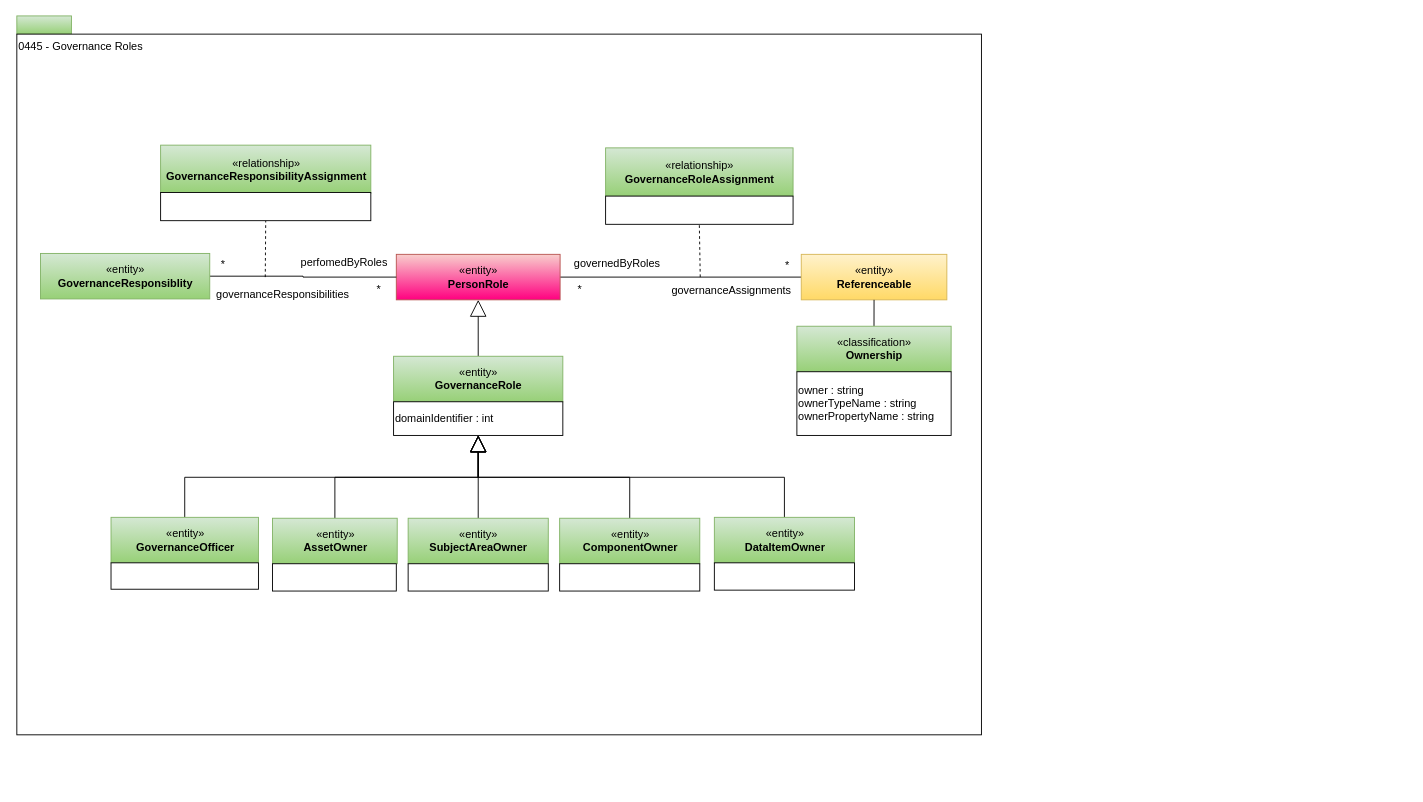
Earlier version of the draw.io diagram page "0445-Governance-Roles" (17 of 28) of open-metadata-publication/website/open-metadata-types/area-4-governance.drawio (odpi/egeria). Source tidied: cells renumbered, new cells numbered last; positions are measured from the earlier drawing's top-left corner, leaving out a move shared by most shapes. Both pictures are drawn from the tidied source at 91%, with x=0, y=0 at pixel (16, 15).
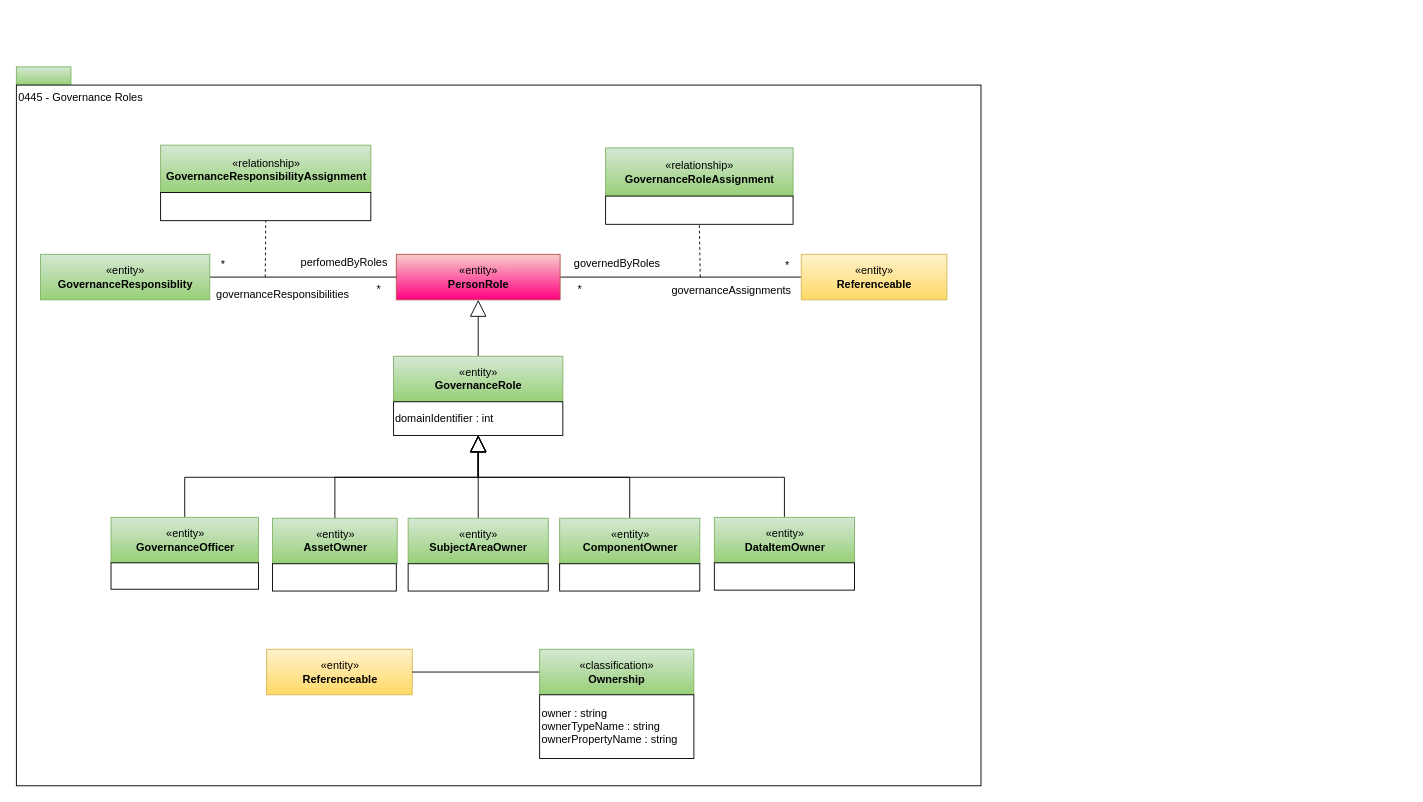
The same diagram, later.

The change refers to these unchanged cells:
```xml
<mxCell id="5" value="«entity»&lt;br&gt;&lt;b&gt;Referenceable&lt;/b&gt;" style="html=1;strokeColor=#d6b656;align=center;fillColor=#fff2cc;gradientColor=#ffd966;" parent="1" vertex="1">
  <mxGeometry x="862" y="262" width="160" height="50" as="geometry" />
</mxCell>
```

Diff of the diagram source:
```diff
@@
     <mxCell id="2" style="rounded=0;whiteSpace=wrap;html=1;align=left;fillColor=#d5e8d4;strokeColor=#82b366;gradientColor=#97d077;" parent="1" vertex="1">
-      <mxGeometry width="60" height="20" as="geometry" />
+      <mxGeometry x="-0.5" y="56" width="60" height="20" as="geometry" />
     </mxCell>
     <mxCell id="3" value="0445 - Governance Roles" style="rounded=0;whiteSpace=wrap;html=1;align=left;verticalAlign=top;" parent="1" vertex="1">
-      <mxGeometry y="20" width="1060" height="770" as="geometry" />
+      <mxGeometry x="-0.5" y="76" width="1060" height="770" as="geometry" />
     </mxCell>
@@
-    <mxCell id="24" style="edgeStyle=orthogonalEdgeStyle;rounded=0;jettySize=auto;html=1;endArrow=none;endFill=0;entryX=0.5;entryY=1;entryDx=0;entryDy=0;exitX=0.5;exitY=0;exitDx=0;exitDy=0;" parent="1" edge="1" source="25" target="5">
-      <mxGeometry relative="1" as="geometry" />
-    </mxCell>
-    <mxCell id="25" value="«classification»&lt;br&gt;&lt;b&gt;Ownership&lt;/b&gt;" style="html=1;strokeColor=#82b366;align=center;fillColor=#d5e8d4;gradientColor=#97d077;" parent="1" vertex="1">
-      <mxGeometry x="857.2" y="341" width="169.5" height="50" as="geometry" />
-    </mxCell>
-    <mxCell id="26" value="owner : string&lt;br&gt;ownerTypeName : string&lt;br&gt;ownerPropertyName : string&lt;br&gt;&lt;div style=&quot;text-align: left&quot;&gt;&lt;/div&gt;" style="rounded=0;whiteSpace=wrap;html=1;strokeColor=#000000;gradientColor=#ffffff;align=left;" parent="1" vertex="1">
-      <mxGeometry x="857.2" y="391" width="169.5" height="70" as="geometry" />
-    </mxCell>
     <mxCell id="27" style="edgeStyle=orthogonalEdgeStyle;rounded=0;orthogonalLoop=1;jettySize=auto;html=1;exitX=0.5;exitY=1;exitDx=0;exitDy=0;" parent="1" edge="1">
       <mxGeometry relative="1" as="geometry">
-        <mxPoint x="1519.5" y="468" as="sourcePoint" />
-        <mxPoint x="1519.5" y="468" as="targetPoint" />
+        <mxPoint x="1519" y="524" as="sourcePoint" />
+        <mxPoint x="1519" y="524" as="targetPoint" />
       </mxGeometry>
     </mxCell>
@@
     <mxCell id="45" value="«entity»&lt;br&gt;&lt;b&gt;GovernanceResponsiblity&lt;/b&gt;" style="html=1;strokeColor=#82b366;align=center;fillColor=#d5e8d4;gradientColor=#97d077;" parent="1" vertex="1">
-      <mxGeometry x="26" y="261" width="186" height="50" as="geometry" />
+      <mxGeometry x="26" y="262" width="186" height="50" as="geometry" />
     </mxCell>
+    <mxCell id="46" value="«entity»&lt;br&gt;&lt;b&gt;Referenceable&lt;/b&gt;" style="html=1;strokeColor=#d6b656;align=center;fillColor=#fff2cc;gradientColor=#ffd966;" parent="1" vertex="1">
+      <mxGeometry x="274.5" y="696" width="160" height="50" as="geometry" />
+    </mxCell>
+    <mxCell id="47" style="edgeStyle=orthogonalEdgeStyle;rounded=0;jettySize=auto;html=1;endArrow=none;endFill=0;exitX=0;exitY=0.5;exitDx=0;exitDy=0;" parent="1" edge="1" source="25" target="46">
+      <mxGeometry relative="1" as="geometry" />
+    </mxCell>
+    <mxCell id="25" value="«classification»&lt;br&gt;&lt;b&gt;Ownership&lt;/b&gt;" style="html=1;strokeColor=#82b366;align=center;fillColor=#d5e8d4;gradientColor=#97d077;" parent="1" vertex="1">
+      <mxGeometry x="574.5" y="696" width="169.5" height="50" as="geometry" />
+    </mxCell>
+    <mxCell id="26" value="owner : string&lt;br&gt;ownerTypeName : string&lt;br&gt;ownerPropertyName : string&lt;br&gt;&lt;div style=&quot;text-align: left&quot;&gt;&lt;/div&gt;" style="rounded=0;whiteSpace=wrap;html=1;strokeColor=#000000;gradientColor=#ffffff;align=left;" parent="1" vertex="1">
+      <mxGeometry x="574.5" y="746" width="169.5" height="70" as="geometry" />
+    </mxCell>
```
